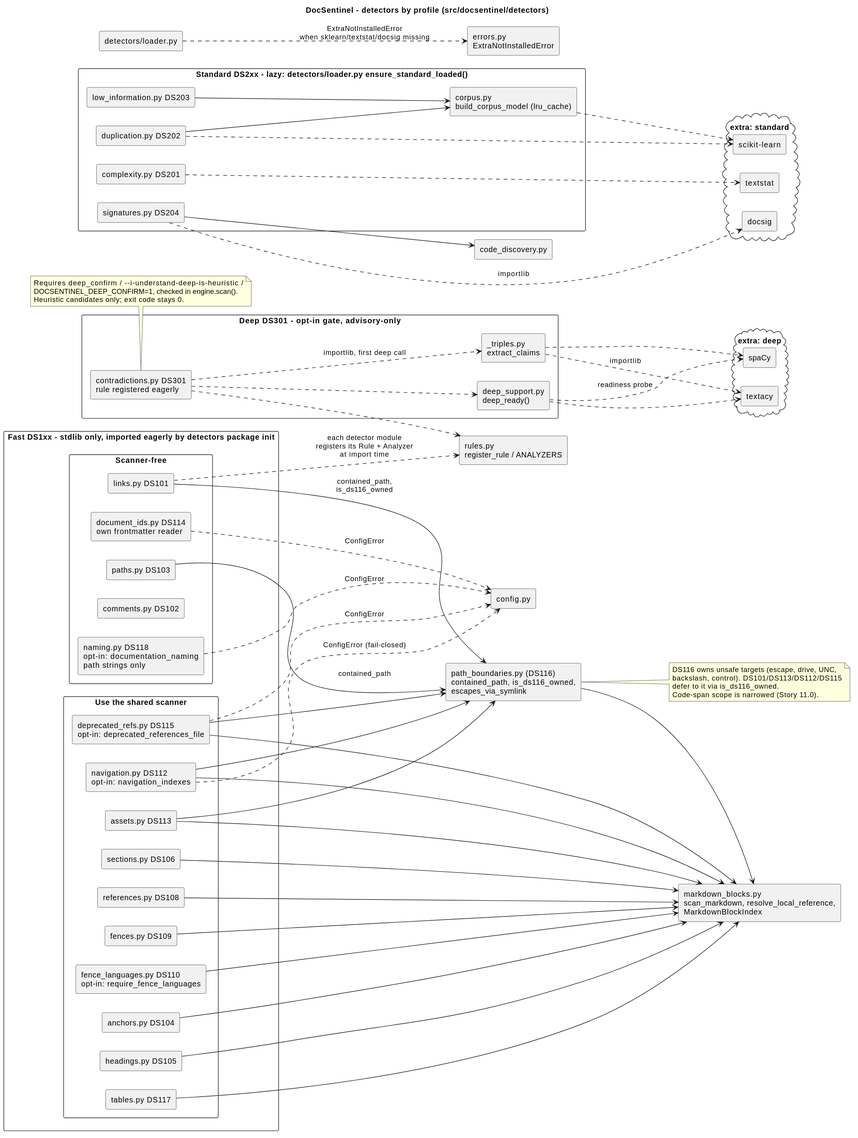
The PlantUML diagram docs/diagrams/component/detectors/component-detectors.svg in yuchdev/DocSentinel, before a commit.
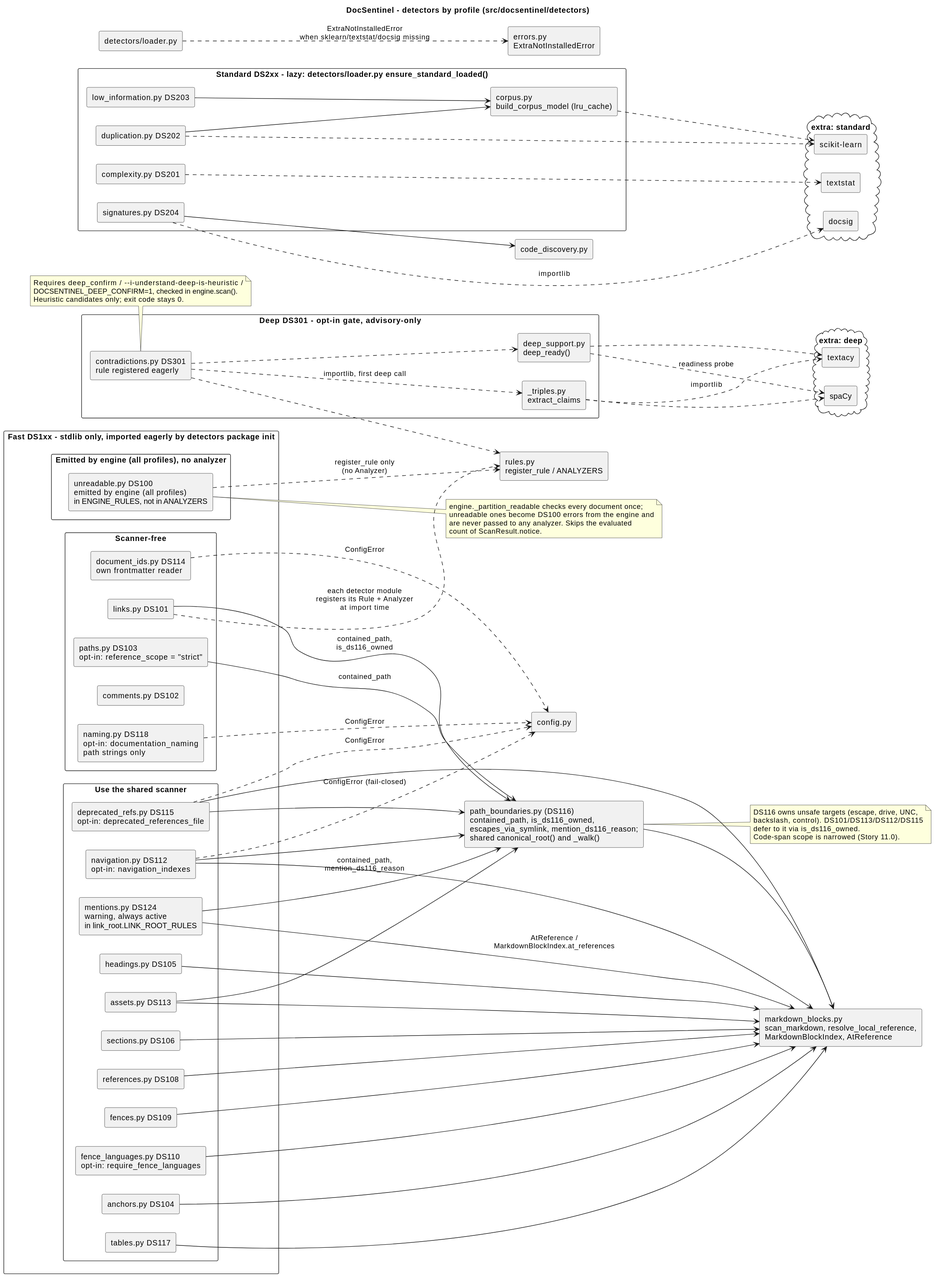
The same file after the commit.

Change to the diagram source:
```diff
@@ -7,10 +7,13 @@
 
 [rules.py\nregister_rule / ANALYZERS] as rules
 [config.py] as config
-[markdown_blocks.py\nscan_markdown, resolve_local_reference,\nMarkdownBlockIndex] as mdb
-[path_boundaries.py (DS116)\ncontained_path, is_ds116_owned,\nescapes_via_symlink] as pb
+[markdown_blocks.py\nscan_markdown, resolve_local_reference,\nMarkdownBlockIndex, AtReference] as mdb
+[path_boundaries.py (DS116)\ncontained_path, is_ds116_owned,\nescapes_via_symlink, mention_ds116_reason;\nshared canonical_root() and _walk()] as pb
 
 package "Fast DS1xx - stdlib only, imported eagerly by detectors package init" {
+  package "Emitted by engine (all profiles), no analyzer" {
+    [unreadable.py DS100\nemitted by engine (all profiles)\nin ENGINE_RULES, not in ANALYZERS] as ds100
+  }
   package "Use the shared scanner" {
     [anchors.py DS104] as ds104
     [headings.py DS105] as ds105
@@ -22,11 +25,12 @@
     [assets.py DS113] as ds113
     [deprecated_refs.py DS115\nopt-in: deprecated_references_file] as ds115
     [tables.py DS117] as ds117
+    [mentions.py DS124\nwarning, always active\nin link_root.LINK_ROOT_RULES] as ds124
   }
   package "Scanner-free" {
     [links.py DS101] as ds101
     [comments.py DS102] as ds102
-    [paths.py DS103] as ds103
+    [paths.py DS103\nopt-in: reference_scope = "strict"] as ds103
     [document_ids.py DS114\nown frontmatter reader] as ds114
     [naming.py DS118\nopt-in: documentation_naming\npath strings only] as ds118
   }
@@ -60,6 +64,8 @@
   [textacy] as textacy
 }
 
+ds100 ..> rules : register_rule only\n(no Analyzer)
+
 ds104 --> mdb
 ds105 --> mdb
 ds106 --> mdb
@@ -70,6 +76,7 @@
 ds113 --> mdb
 ds115 --> mdb
 ds117 --> mdb
+ds124 --> mdb : AtReference /\nMarkdownBlockIndex.at_references
 pb --> mdb
 
 ds101 --> pb : contained_path,\nis_ds116_owned
@@ -77,6 +84,7 @@
 ds112 --> pb
 ds113 --> pb
 ds115 --> pb
+ds124 --> pb : contained_path,\nmention_ds116_reason
 
 ds112 ..> config : ConfigError (fail-closed)
 ds114 ..> config : ConfigError
@@ -103,6 +111,13 @@
 ds101 ..> rules : each detector module\nregisters its Rule + Analyzer\nat import time
 ds301 ..> rules
 
+note right of ds100
+  engine._partition_readable checks every document once;
+  unreadable ones become DS100 errors from the engine and
+  are never passed to any analyzer. Skips the evaluated
+  count of ScanResult.notice.
+end note
+
 note right of pb
   DS116 owns unsafe targets (escape, drive, UNC,
   backslash, control). DS101/DS113/DS112/DS115
```
